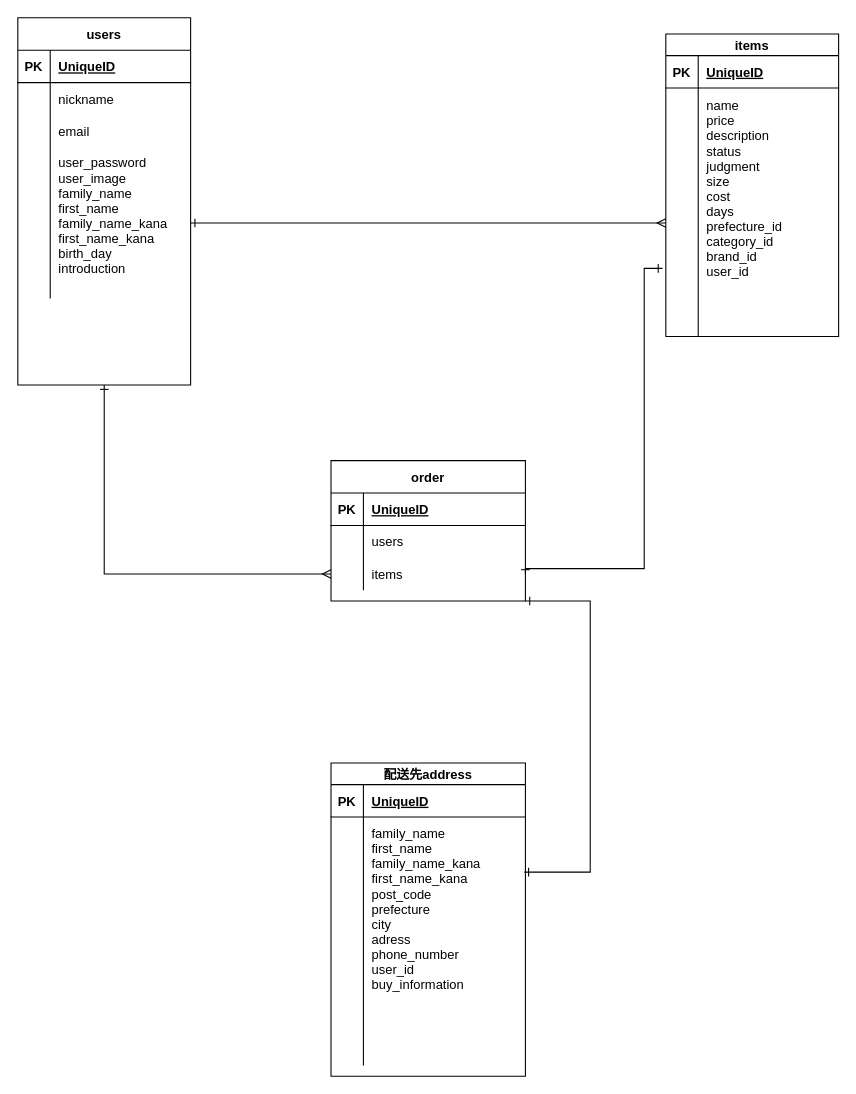
Earlier version of the draw.io diagram er.dio (Takahashihiroak/furima-36775). Source tidied: cells renumbered, new cells numbered last; positions are measured from the earlier drawing's top-left corner, leaving out a move shared by most shapes. Both pictures are drawn from the tidied source at 108%, with x=0, y=0 at pixel (17, 17).
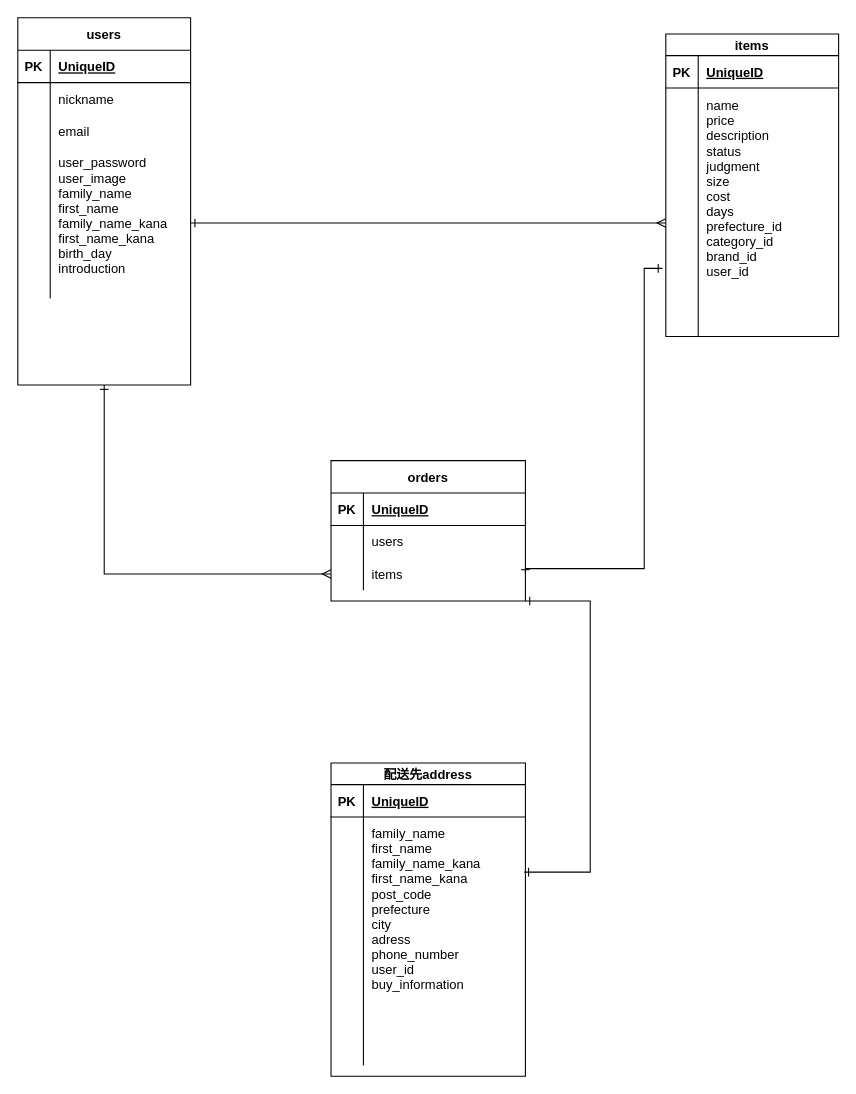
Above is the later version.

Change to the diagram source:
```diff
@@
-    <mxCell id="40" value="order" style="shape=table;startSize=30;childLayout=tableLayout;rowLines=0;fontStyle=1;align=center;" parent="1" vertex="1">
+    <mxCell id="40" value="orders" style="shape=table;startSize=30;childLayout=tableLayout;rowLines=0;fontStyle=1;align=center;" parent="1" vertex="1">
       <mxGeometry x="290" y="410" width="180" height="130" as="geometry" />
     </mxCell>
```
